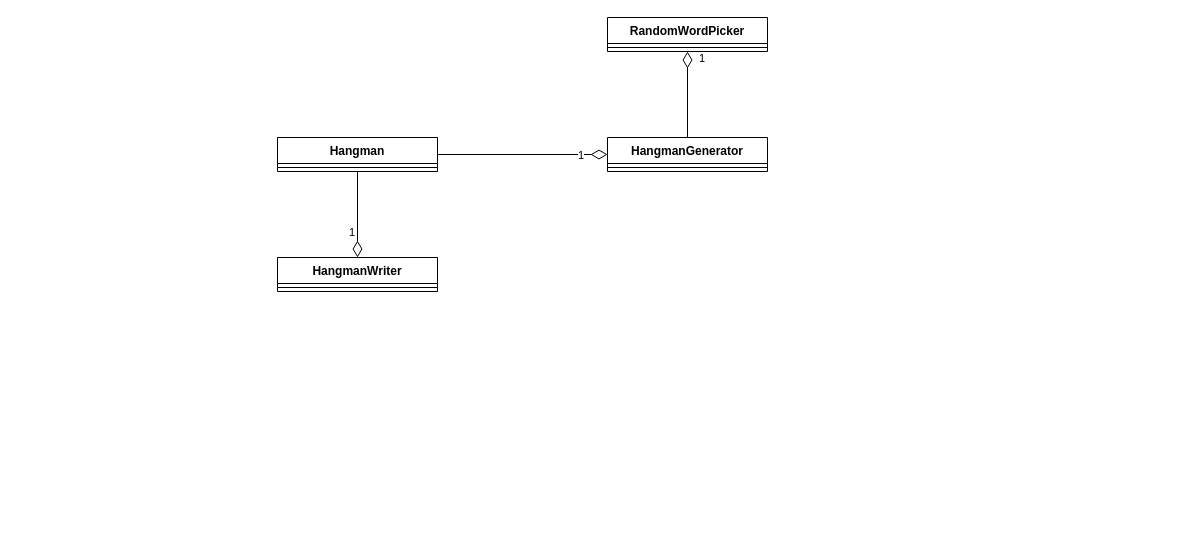
Before: src/main/java/pl/edu/agh/hangman/Hangman.drawio in fracz/java-hangman, a draw.io diagram. Source tidied: cells renumbered, new cells numbered last; positions are measured from the earlier drawing's top-left corner, leaving out a move shared by most shapes. Both pictures are drawn from the tidied source at 100%, with x=0, y=0 at pixel (277, 17).
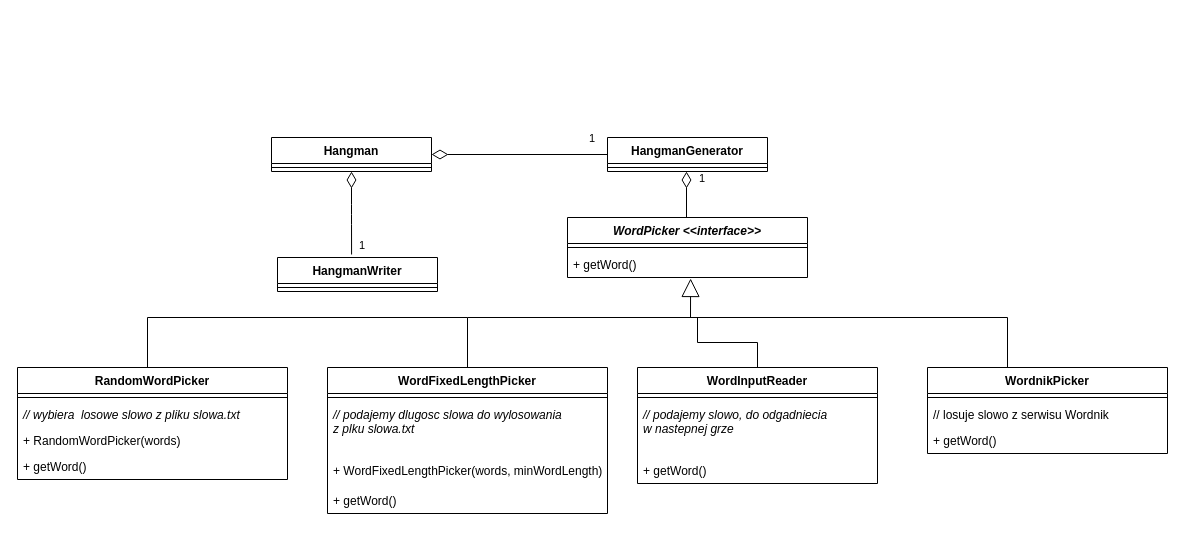
After the change.

The change refers to these unchanged cells:
```xml
<mxCell id="4" value="HangmanGenerator" style="swimlane;fontStyle=1;align=center;verticalAlign=top;horizontal=1;startSize=26;" parent="1" vertex="1">
  <mxGeometry x="330" y="120" width="160" height="34" as="geometry" />
</mxCell>
```

Diff of the diagram source:
```diff
@@
     <mxCell id="2" value="Hangman" style="swimlane;fontStyle=1;align=center;verticalAlign=top;horizontal=1;startSize=26;" parent="1" vertex="1">
-      <mxGeometry y="120" width="160" height="34" as="geometry" />
+      <mxGeometry x="-6" y="120" width="160" height="34" as="geometry" />
     </mxCell>
-    <mxCell id="3" style="line;strokeWidth=1;fillColor=none;align=left;verticalAlign=middle;spacingTop=-1;spacingLeft=3;spacingRight=3;labelPosition=right;" parent="2" vertex="1">
-      <mxGeometry y="26" width="160" height="8" as="geometry" />
-    </mxCell>
+    <mxCell id="13" style="line;strokeWidth=1;fillColor=none;align=left;verticalAlign=middle;spacingTop=-1;spacingLeft=3;spacingRight=3;labelPosition=right;" parent="2" vertex="1">
+      <mxGeometry y="26" width="160" height="8" as="geometry" />
+    </mxCell>
@@
-    <mxCell id="5" style="line;strokeWidth=1;fillColor=none;align=left;verticalAlign=middle;spacingTop=-1;spacingLeft=3;spacingRight=3;labelPosition=right;" parent="4" vertex="1">
-      <mxGeometry y="26" width="160" height="8" as="geometry" />
-    </mxCell>
+    <mxCell id="14" style="line;strokeWidth=1;fillColor=none;align=left;verticalAlign=middle;spacingTop=-1;spacingLeft=3;spacingRight=3;labelPosition=right;" parent="4" vertex="1">
+      <mxGeometry y="26" width="160" height="8" as="geometry" />
+    </mxCell>
+    <mxCell id="15" value="1" style="endArrow=none;html=1;endSize=12;startArrow=diamondThin;startSize=14;startFill=0;edgeStyle=orthogonalEdgeStyle;align=left;verticalAlign=bottom;entryX=0;entryY=0.5;entryDx=0;entryDy=0;endFill=0;exitX=1;exitY=0.5;exitDx=0;exitDy=0;" parent="1" edge="1" source="2" target="4">
+      <mxGeometry x="0.77" y="7" relative="1" as="geometry" />
+    </mxCell>
+    <mxCell id="10" value="HangmanWriter" style="swimlane;fontStyle=1;align=center;verticalAlign=top;horizontal=1;startSize=26;" parent="1" vertex="1">
+      <mxGeometry y="240" width="160" height="34" as="geometry" />
+    </mxCell>
+    <mxCell id="16" style="line;strokeWidth=1;fillColor=none;align=left;verticalAlign=middle;spacingTop=-1;spacingLeft=3;spacingRight=3;labelPosition=right;" parent="10" vertex="1">
+      <mxGeometry y="26" width="160" height="8" as="geometry" />
+    </mxCell>
+    <mxCell id="17" value="1" style="endArrow=none;html=1;endSize=12;startArrow=diamondThin;startSize=14;startFill=0;edgeStyle=orthogonalEdgeStyle;align=left;verticalAlign=bottom;entryX=0.463;entryY=-0.088;entryDx=0;entryDy=0;endFill=0;entryPerimeter=0;exitX=0.5;exitY=1;exitDx=0;exitDy=0;" parent="1" edge="1" source="2" target="10">
+      <mxGeometry x="1" y="6" relative="1" as="geometry" />
+    </mxCell>
+    <mxCell id="18" value="WordFixedLengthPicker" style="swimlane;fontStyle=1;align=center;verticalAlign=top;horizontal=1;startSize=26;" parent="1" vertex="1">
+      <mxGeometry x="50" y="350" width="280" height="146" as="geometry" />
+    </mxCell>
+    <mxCell id="19" style="line;strokeWidth=1;fillColor=none;align=left;verticalAlign=middle;spacingTop=-1;spacingLeft=3;spacingRight=3;labelPosition=right;" parent="18" vertex="1">
+      <mxGeometry y="26" width="280" height="8" as="geometry" />
+    </mxCell>
+    <mxCell id="20" value="// podajemy dlugosc slowa do wylosowania &#10;z plku slowa.txt" style="text;strokeColor=none;fillColor=none;align=left;verticalAlign=top;spacingLeft=4;spacingRight=4;overflow=hidden;fontStyle=2;" parent="18" vertex="1">
+      <mxGeometry y="34" width="280" height="56" as="geometry" />
+    </mxCell>
+    <mxCell id="21" value="+ WordFixedLengthPicker(words, minWordLength)" style="text;strokeColor=none;fillColor=none;align=left;verticalAlign=top;spacingLeft=4;spacingRight=4;overflow=hidden;" parent="18" vertex="1">
+      <mxGeometry y="90" width="280" height="30" as="geometry" />
+    </mxCell>
+    <mxCell id="22" value="+ getWord()" style="text;strokeColor=none;fillColor=none;align=left;verticalAlign=top;spacingLeft=4;spacingRight=4;overflow=hidden;" parent="18" vertex="1">
+      <mxGeometry y="120" width="280" height="26" as="geometry" />
+    </mxCell>
+    <mxCell id="23" style="edgeStyle=orthogonalEdgeStyle;rounded=0;jettySize=auto;html=1;exitX=0.5;exitY=0;exitDx=0;exitDy=0;endArrow=none;endFill=0;" parent="1" edge="1" source="24">
+      <mxGeometry relative="1" as="geometry">
+        <mxPoint x="420" y="300" as="targetPoint" />
+        <Array as="points">
+          <mxPoint x="480" y="325" />
+          <mxPoint x="420" y="325" />
+        </Array>
+      </mxGeometry>
+    </mxCell>
+    <mxCell id="24" value="WordInputReader" style="swimlane;fontStyle=1;align=center;verticalAlign=top;horizontal=1;startSize=26;" parent="1" vertex="1">
+      <mxGeometry x="360" y="350" width="240" height="116" as="geometry" />
+    </mxCell>
+    <mxCell id="25" style="line;strokeWidth=1;fillColor=none;align=left;verticalAlign=middle;spacingTop=-1;spacingLeft=3;spacingRight=3;labelPosition=right;" parent="24" vertex="1">
+      <mxGeometry y="26" width="240" height="8" as="geometry" />
+    </mxCell>
+    <mxCell id="26" value="// podajemy slowo, do odgadniecia &#10;w nastepnej grze" style="text;strokeColor=none;fillColor=none;align=left;verticalAlign=top;spacingLeft=4;spacingRight=4;overflow=hidden;fontStyle=2;" parent="24" vertex="1">
+      <mxGeometry y="34" width="240" height="56" as="geometry" />
+    </mxCell>
+    <mxCell id="27" value="+ getWord()" style="text;strokeColor=none;fillColor=none;align=left;verticalAlign=top;spacingLeft=4;spacingRight=4;overflow=hidden;" parent="24" vertex="1">
+      <mxGeometry y="90" width="240" height="26" as="geometry" />
+    </mxCell>
+    <mxCell id="28" value="WordPicker &lt;&lt;interface&gt;&gt;" style="swimlane;fontStyle=3;align=center;verticalAlign=top;horizontal=1;startSize=26;" parent="1" vertex="1">
+      <mxGeometry x="290" y="200" width="240" height="60" as="geometry" />
+    </mxCell>
+    <mxCell id="29" style="line;strokeWidth=1;fillColor=none;align=left;verticalAlign=middle;spacingTop=-1;spacingLeft=3;spacingRight=3;labelPosition=right;" parent="28" vertex="1">
+      <mxGeometry y="26" width="240" height="8" as="geometry" />
+    </mxCell>
+    <mxCell id="30" value="+ getWord()" style="text;strokeColor=none;fillColor=none;align=left;verticalAlign=top;spacingLeft=4;spacingRight=4;overflow=hidden;points=[[0,0.5],[1,0.5]];portConstraint=eastwest;" parent="28" vertex="1">
+      <mxGeometry y="34" width="240" height="26" as="geometry" />
+    </mxCell>
+    <mxCell id="31" style="endArrow=block;endSize=16;endFill=0;html=1;exitX=0.5;exitY=0;exitDx=0;exitDy=0;entryX=0.513;entryY=1.038;entryDx=0;entryDy=0;entryPerimeter=0;rounded=0;" parent="1" edge="1" source="18" target="30">
+      <mxGeometry relative="1" as="geometry">
+        <Array as="points">
+          <mxPoint x="190" y="300" />
+          <mxPoint x="413" y="300" />
+        </Array>
+      </mxGeometry>
+    </mxCell>
+    <mxCell id="32" value="1" style="endArrow=none;html=1;endSize=12;startArrow=diamondThin;startSize=14;startFill=0;edgeStyle=orthogonalEdgeStyle;align=left;verticalAlign=bottom;exitX=0.5;exitY=1;exitDx=0;exitDy=0;endFill=0;entryX=0.5;entryY=0;entryDx=0;entryDy=0;" parent="1" edge="1">
+      <mxGeometry x="-0.3" y="11" relative="1" as="geometry">
+        <mxPoint x="409" y="154" as="sourcePoint" />
+        <mxPoint x="409" y="200" as="targetPoint" />
+      </mxGeometry>
+    </mxCell>
+    <mxCell id="33" style="edgeStyle=orthogonalEdgeStyle;rounded=0;jettySize=auto;html=1;exitX=0.5;exitY=0;exitDx=0;exitDy=0;endArrow=none;endFill=0;" parent="1" edge="1" source="34">
+      <mxGeometry relative="1" as="geometry">
+        <mxPoint x="410" y="300" as="targetPoint" />
+        <Array as="points">
+          <mxPoint x="730" y="300" />
+        </Array>
+      </mxGeometry>
+    </mxCell>
+    <mxCell id="34" value="WordnikPicker" style="swimlane;fontStyle=1;align=center;verticalAlign=top;horizontal=1;startSize=26;" parent="1" vertex="1">
+      <mxGeometry x="650" y="350" width="240" height="86" as="geometry" />
+    </mxCell>
+    <mxCell id="35" style="line;strokeWidth=1;fillColor=none;align=left;verticalAlign=middle;spacingTop=-1;spacingLeft=3;spacingRight=3;labelPosition=right;" parent="34" vertex="1">
+      <mxGeometry y="26" width="240" height="8" as="geometry" />
+    </mxCell>
+    <mxCell id="36" value="// losuje slowo z serwisu Wordnik" style="text;strokeColor=none;fillColor=none;align=left;verticalAlign=top;spacingLeft=4;spacingRight=4;overflow=hidden;" parent="34" vertex="1">
+      <mxGeometry y="34" width="240" height="26" as="geometry" />
+    </mxCell>
+    <mxCell id="37" value="+ getWord()" style="text;strokeColor=none;fillColor=none;align=left;verticalAlign=top;spacingLeft=4;spacingRight=4;overflow=hidden;" parent="34" vertex="1">
+      <mxGeometry y="60" width="240" height="26" as="geometry" />
+    </mxCell>
+    <mxCell id="38" style="edgeStyle=orthogonalEdgeStyle;rounded=0;jettySize=auto;html=1;endArrow=none;endFill=0;" parent="1" edge="1" source="6">
+      <mxGeometry relative="1" as="geometry">
+        <mxPoint x="190" y="300" as="targetPoint" />
+        <Array as="points">
+          <mxPoint x="-130" y="300" />
+        </Array>
+      </mxGeometry>
+    </mxCell>
     <mxCell id="6" value="RandomWordPicker" style="swimlane;fontStyle=1;align=center;verticalAlign=top;horizontal=1;startSize=26;" parent="1" vertex="1">
-      <mxGeometry x="330" width="160" height="34" as="geometry" />
+      <mxGeometry x="-260" y="350" width="270" height="112" as="geometry" />
     </mxCell>
-    <mxCell id="7" style="line;strokeWidth=1;fillColor=none;align=left;verticalAlign=middle;spacingTop=-1;spacingLeft=3;spacingRight=3;labelPosition=right;" parent="6" vertex="1">
-      <mxGeometry y="26" width="160" height="8" as="geometry" />
-    </mxCell>
-    <mxCell id="8" value="1" style="endArrow=none;html=1;endSize=12;startArrow=diamondThin;startSize=14;startFill=0;edgeStyle=orthogonalEdgeStyle;align=left;verticalAlign=bottom;exitX=0.5;exitY=1;exitDx=0;exitDy=0;entryX=0.5;entryY=0;entryDx=0;entryDy=0;endFill=0;" parent="1" edge="1" source="6" target="4">
-      <mxGeometry x="-0.63" y="10" relative="1" as="geometry" />
-    </mxCell>
-    <mxCell id="9" value="1" style="endArrow=none;html=1;endSize=12;startArrow=diamondThin;startSize=14;startFill=0;edgeStyle=orthogonalEdgeStyle;align=left;verticalAlign=bottom;exitX=0;exitY=0.5;exitDx=0;exitDy=0;entryX=1;entryY=0.5;entryDx=0;entryDy=0;endFill=0;" parent="1" edge="1" source="4" target="2">
-      <mxGeometry x="-0.63" y="10" relative="1" as="geometry" />
-    </mxCell>
-    <mxCell id="10" value="HangmanWriter" style="swimlane;fontStyle=1;align=center;verticalAlign=top;horizontal=1;startSize=26;" parent="1" vertex="1">
-      <mxGeometry y="240" width="160" height="34" as="geometry" />
-    </mxCell>
-    <mxCell id="11" style="line;strokeWidth=1;fillColor=none;align=left;verticalAlign=middle;spacingTop=-1;spacingLeft=3;spacingRight=3;labelPosition=right;" parent="10" vertex="1">
-      <mxGeometry y="26" width="160" height="8" as="geometry" />
-    </mxCell>
-    <mxCell id="12" value="1" style="endArrow=none;html=1;endSize=12;startArrow=diamondThin;startSize=14;startFill=0;edgeStyle=orthogonalEdgeStyle;align=left;verticalAlign=bottom;exitX=0.5;exitY=0;exitDx=0;exitDy=0;entryX=0.5;entryY=1;entryDx=0;entryDy=0;endFill=0;" parent="1" edge="1" source="10" target="2">
-      <mxGeometry x="-0.63" y="10" relative="1" as="geometry" />
-    </mxCell>
+    <mxCell id="39" style="line;strokeWidth=1;fillColor=none;align=left;verticalAlign=middle;spacingTop=-1;spacingLeft=3;spacingRight=3;labelPosition=right;" parent="6" vertex="1">
+      <mxGeometry y="26" width="270" height="8" as="geometry" />
+    </mxCell>
+    <mxCell id="40" value="// wybiera  losowe slowo z pliku slowa.txt" style="text;strokeColor=none;fillColor=none;align=left;verticalAlign=top;spacingLeft=4;spacingRight=4;overflow=hidden;fontStyle=2;" parent="6" vertex="1">
+      <mxGeometry y="34" width="270" height="26" as="geometry" />
+    </mxCell>
+    <mxCell id="41" value="+ RandomWordPicker(words)" style="text;strokeColor=none;fillColor=none;align=left;verticalAlign=top;spacingLeft=4;spacingRight=4;overflow=hidden;" parent="6" vertex="1">
+      <mxGeometry y="60" width="270" height="26" as="geometry" />
+    </mxCell>
+    <mxCell id="42" value="+ getWord()" style="text;strokeColor=none;fillColor=none;align=left;verticalAlign=top;spacingLeft=4;spacingRight=4;overflow=hidden;" parent="6" vertex="1">
+      <mxGeometry y="86" width="270" height="26" as="geometry" />
+    </mxCell>
```
